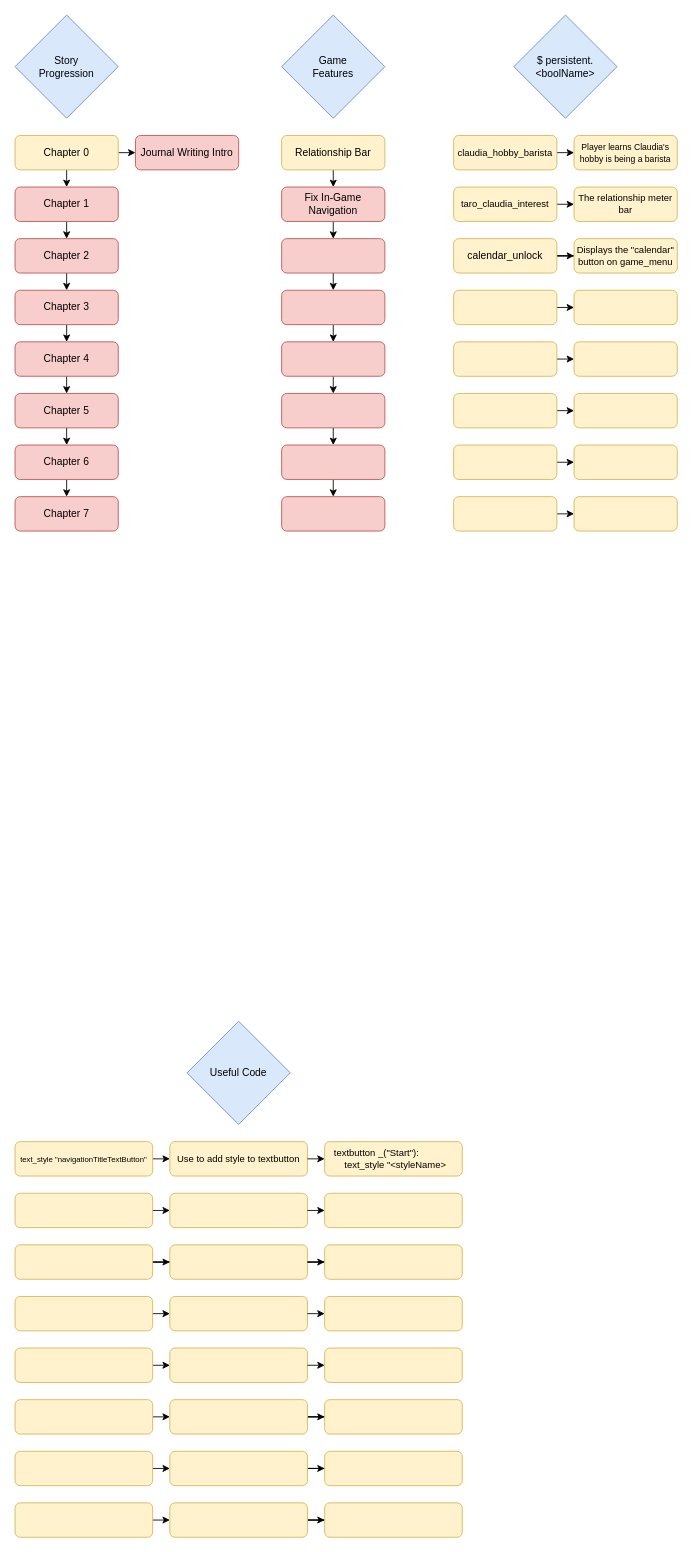
The draw.io diagram My Love/flowchart_development.drawio in L0veRaven/L0veRavenRenPy, before the edit. Source tidied: cells renumbered, new cells numbered last; positions are measured from the earlier drawing's top-left corner, leaving out a move shared by most shapes. Both pictures are drawn from the tidied source at 86%, with x=0, y=0 at pixel (15, 15).
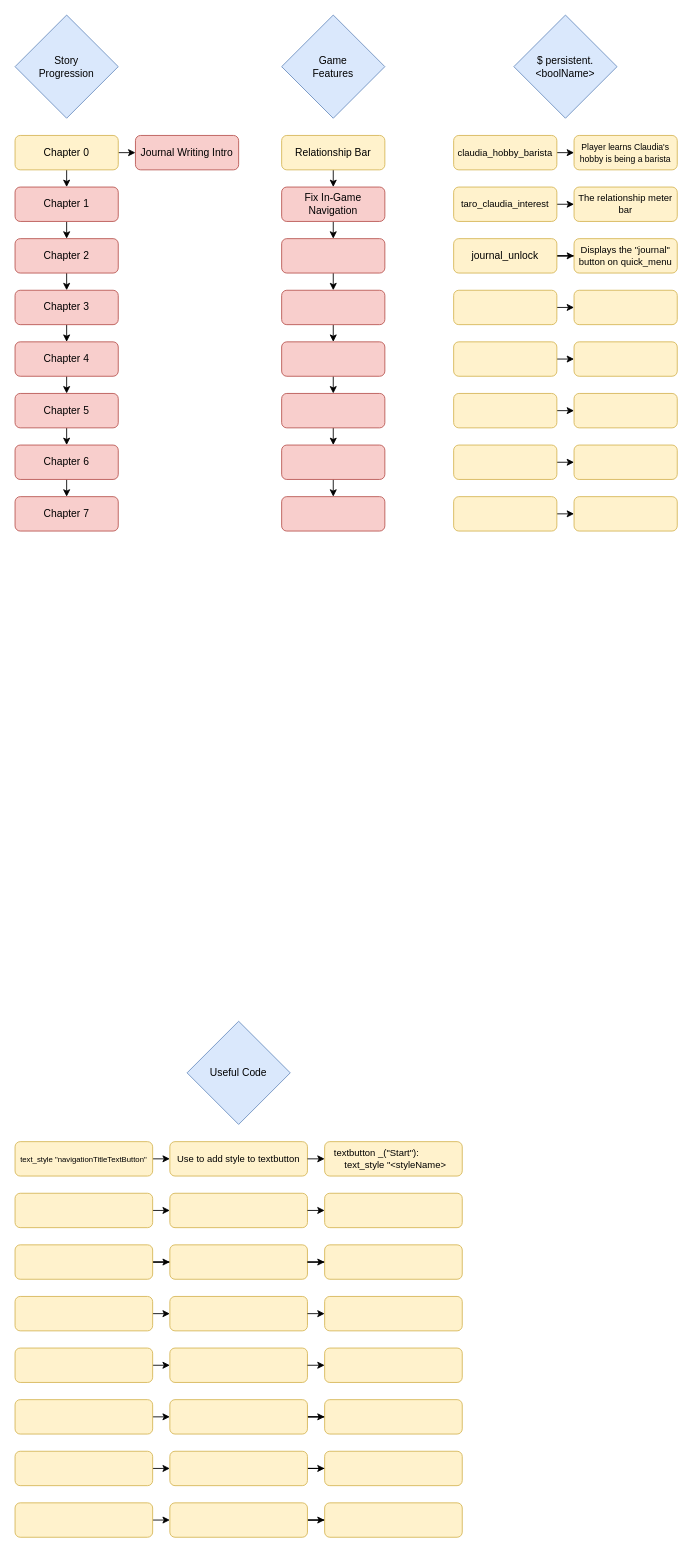
The same page after the edit.

Change to the diagram source:
```diff
@@
-    <mxCell id="38" value="calendar_unlock" style="rounded=1;whiteSpace=wrap;html=1;fontSize=12;glass=0;strokeWidth=1;shadow=0;fillColor=#fff2cc;strokeColor=#d6b656;" parent="1" vertex="1">
+    <mxCell id="38" value="journal_unlock" style="rounded=1;whiteSpace=wrap;html=1;fontSize=12;glass=0;strokeWidth=1;shadow=0;fillColor=#fff2cc;strokeColor=#d6b656;" parent="1" vertex="1">
       <mxGeometry x="510" y="260" width="120" height="40" as="geometry" />
     </mxCell>
@@
-    <mxCell id="53" value="Displays the &quot;calendar&quot; button on game_menu" style="rounded=1;whiteSpace=wrap;html=1;fontSize=11;glass=0;strokeWidth=1;shadow=0;fillColor=#fff2cc;strokeColor=#d6b656;" parent="1" vertex="1">
+    <mxCell id="53" value="Displays the &quot;journal&quot; button on quick_menu" style="rounded=1;whiteSpace=wrap;html=1;fontSize=11;glass=0;strokeWidth=1;shadow=0;fillColor=#fff2cc;strokeColor=#d6b656;" parent="1" vertex="1">
       <mxGeometry x="650" y="260" width="120" height="40" as="geometry" />
     </mxCell>
```
